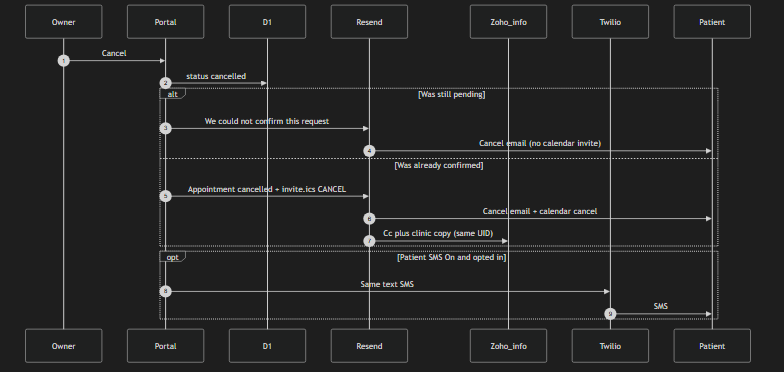
This is docs/booking-sequence-cancel.png from hbacalso1229/wellness-needles, a Mermaid export, as it was before one commit. Its source is kept beside it as docs/booking-sequence-cancel.mmd.
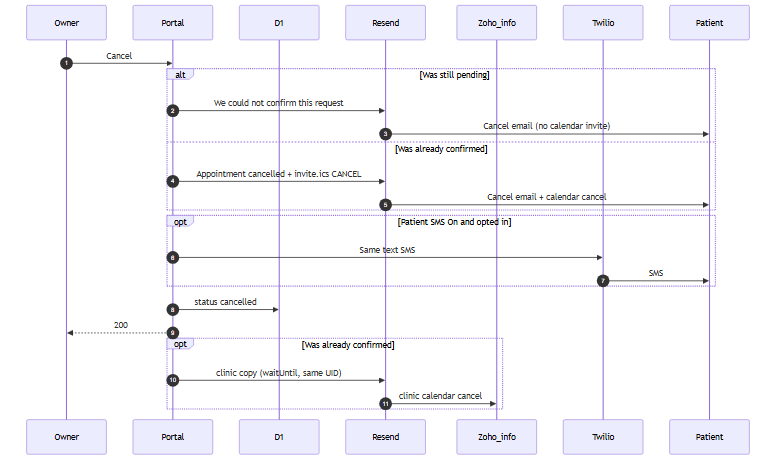
After the change.

Change to the diagram source:
```diff
@@ -9,17 +9,20 @@
   participant Patient
 
   Owner->>Portal: Cancel
-  Portal->>D1: status cancelled
-
   alt Was still pending
     Portal->>Resend: We could not confirm this request
     Resend->>Patient: Cancel email (no calendar invite)
   else Was already confirmed
     Portal->>Resend: Appointment cancelled + invite.ics CANCEL
     Resend->>Patient: Cancel email + calendar cancel
-    Resend->>Zoho_info: Cc plus clinic copy (same UID)
   end
   opt Patient SMS On and opted in
     Portal->>Twilio: Same text SMS
     Twilio->>Patient: SMS
   end
+  Portal->>D1: status cancelled
+  Portal-->>Owner: 200
+  opt Was already confirmed
+    Portal->>Resend: clinic copy (waitUntil, same UID)
+    Resend->>Zoho_info: clinic calendar cancel
+  end
```
